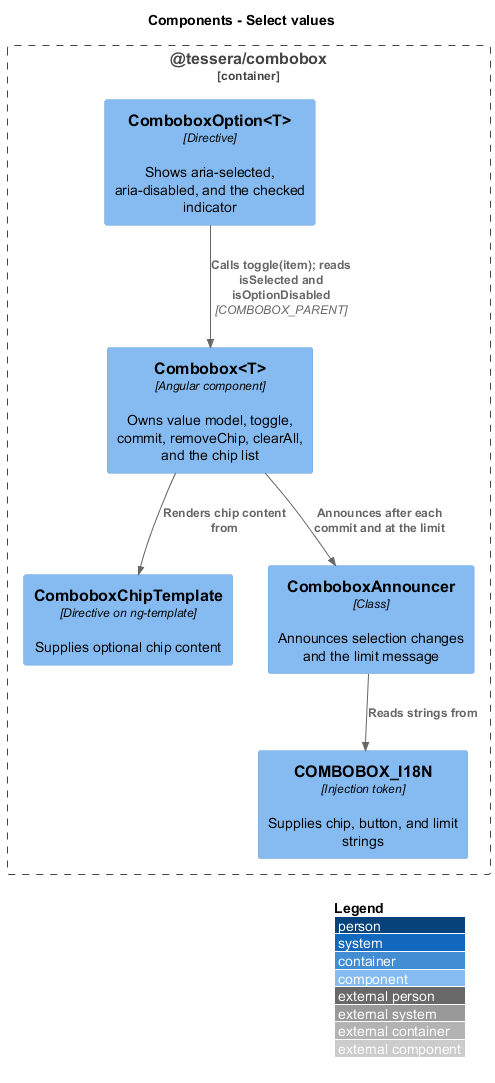
Before: docs/detailed-designs/combobox/select-values/diagrams/c4-component.png, a diagram exported from PlantUML (QuinntyneBrown/Tessera).
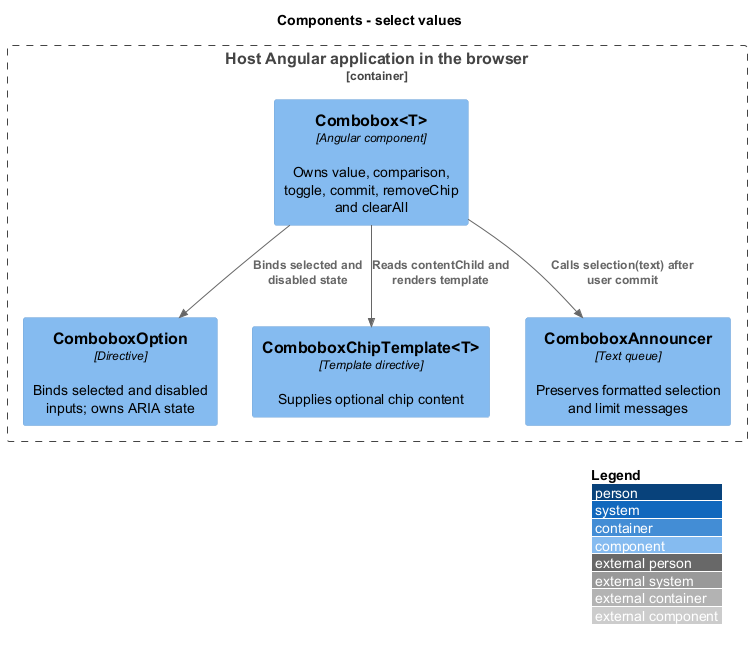
After the commit.

Diff of the diagram source:
```diff
@@ -1,17 +1,14 @@
 @startuml
 !include <C4/C4_Component>
 LAYOUT_WITH_LEGEND()
-title Components - Select values
-
-Container_Boundary(pkg, "@tessera/combobox") {
-  Component(combo, "Combobox<T>", "Angular component", "Owns value model, toggle, commit, removeChip, clearAll, and the chip list")
-  Component(option, "ComboboxOption<T>", "Directive", "Shows aria-selected, aria-disabled, and the checked indicator")
-  Component(chipTpl, "ComboboxChipTemplate", "Directive on ng-template", "Supplies optional chip content")
-  Component(announcer, "ComboboxAnnouncer", "Class", "Announces selection changes and the limit message")
-  Component(i18n, "COMBOBOX_I18N", "Injection token", "Supplies chip, button, and limit strings")
+title Components - select values
+Container_Boundary(pkg, "Host Angular application in the browser") {
+  Component(combo, "Combobox<T>", "Angular component", "Owns value, comparison, toggle, commit, removeChip and clearAll")
+  Component(option, "ComboboxOption", "Directive", "Binds selected and disabled inputs; owns ARIA state")
+  Component(slot, "ComboboxChipTemplate<T>", "Template directive", "Supplies optional chip content")
+  Component(ann, "ComboboxAnnouncer", "Text queue", "Preserves formatted selection and limit messages")
 }
-Rel(option, combo, "Calls toggle(item); reads isSelected and isOptionDisabled", "COMBOBOX_PARENT")
-Rel(combo, chipTpl, "Renders chip content from")
-Rel(combo, announcer, "Announces after each commit and at the limit")
-Rel(announcer, i18n, "Reads strings from")
+Rel(combo, option, "Binds selected and disabled state")
+Rel(combo, slot, "Reads contentChild and renders template")
+Rel(combo, ann, "Calls selection(text) after user commit")
 @enduml
```
